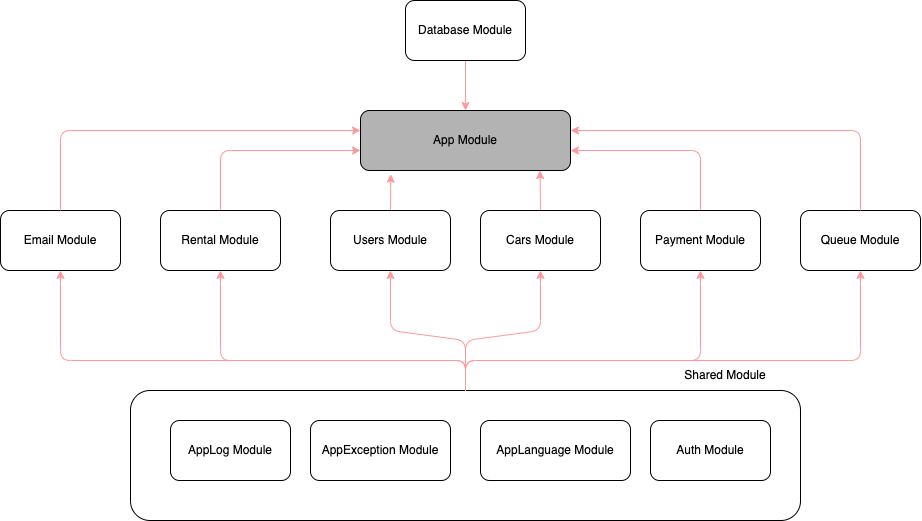
Above: ModuleArchitecture.drawio.png in vnbrew/quynd-car-rent-nestjs (draw.io), before the change. Source tidied: cells renumbered, new cells last; positions are measured from the earlier drawing's top-left corner, leaving out a move shared by most shapes.
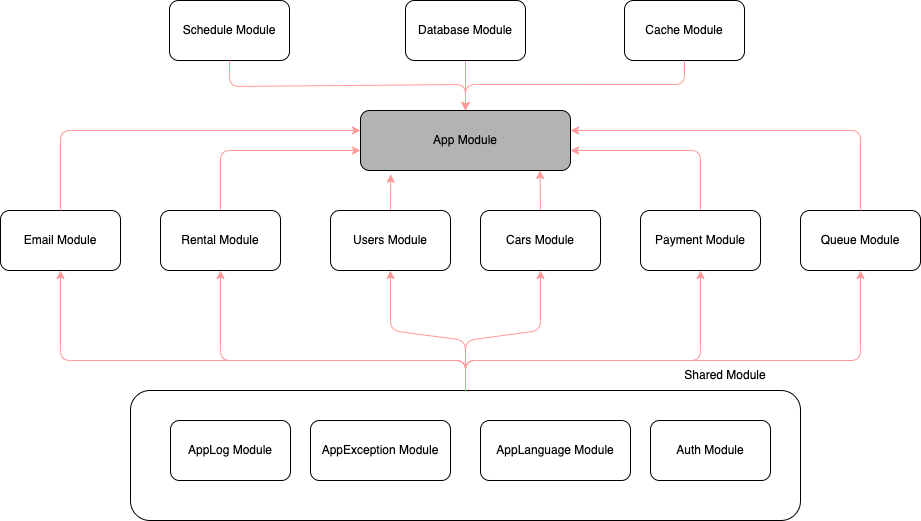
Later version of the same file.

Diff of the diagram source:
```diff
@@ -150,5 +150,28 @@
         </Array>
       </mxGeometry>
     </mxCell>
+    <mxCell id="32" value="Cache Module" style="rounded=1;whiteSpace=wrap;html=1;" parent="1" vertex="1">
+      <mxGeometry x="624" y="30" width="120" height="60" as="geometry" />
+    </mxCell>
+    <mxCell id="33" value="Schedule Module" style="rounded=1;whiteSpace=wrap;html=1;" parent="1" vertex="1">
+      <mxGeometry x="169" y="30" width="120" height="60" as="geometry" />
+    </mxCell>
+    <mxCell id="34" style="edgeStyle=none;html=1;exitX=0.5;exitY=1;exitDx=0;exitDy=0;rounded=1;strokeColor=#FF9999;entryX=0.5;entryY=0;entryDx=0;entryDy=0;" parent="1" edge="1" source="32" target="2">
+      <mxGeometry relative="1" as="geometry">
+        <Array as="points">
+          <mxPoint x="684" y="114" />
+          <mxPoint x="570" y="114" />
+          <mxPoint x="465" y="114" />
+        </Array>
+      </mxGeometry>
+    </mxCell>
+    <mxCell id="35" style="edgeStyle=none;html=1;entryX=0.5;entryY=0;entryDx=0;entryDy=0;rounded=1;strokeColor=#FF9999;exitX=0.5;exitY=1;exitDx=0;exitDy=0;" parent="1" edge="1" source="33" target="2">
+      <mxGeometry relative="1" as="geometry">
+        <Array as="points">
+          <mxPoint x="229" y="116" />
+          <mxPoint x="465" y="114" />
+        </Array>
+      </mxGeometry>
+    </mxCell>
   </root>
 </mxGraphModel>
```
